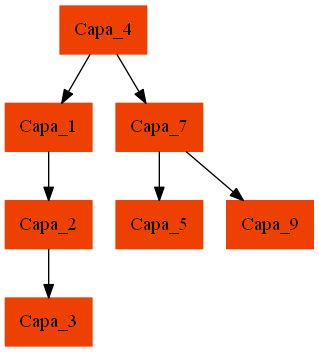
This is [EDD]Proyecto1_201603127/ABB.png from Cascarus/-EDD-Proyecto1_201603127, a Graphviz export, as it was before one commit. Its source is kept beside it as [EDD]Proyecto1_201603127/ABB.dot.
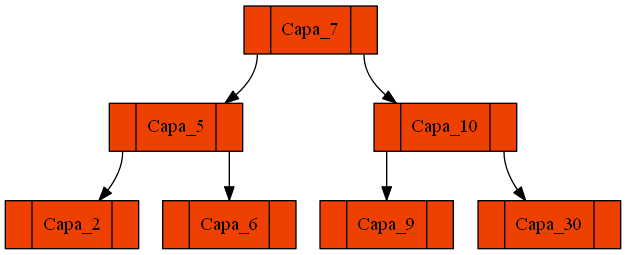
Above is the later version.

Change to the diagram source:
```diff
@@ -1,23 +1,23 @@
 digraph g{
-	node [shape=record,width=.9,height=.5,style=filled,color=orangered2];
-	Node4->Node1;
-	Node4->Node7;
-	Node1->Node2;
-	Node2->Node3;
+	node [shape=record,width=.9,height=.5,style=filled,fillcolor=orangered2];
+	Node7:C0->Node5;
+	Node7:C1->Node10;
+	Node5:C0->Node2;
+	Node5:C1->Node6;
 
- 	Node3[label = "Capa_3"]
+ 	Node2[label = "<C0>|Capa_2|<C1>"]
 
- 	Node2[label = "Capa_2"]
+ 	Node6[label = "<C0>|Capa_6|<C1>"]
 
- 	Node1[label = "Capa_1"]
-	Node7->Node5;
-	Node7->Node9;
+ 	Node5[label = "<C0>|Capa_5|<C1>"]
+	Node10:C0->Node9;
+	Node10:C1->Node30;
 
- 	Node5[label = "Capa_5"]
+ 	Node9[label = "<C0>|Capa_9|<C1>"]
 
- 	Node9[label = "Capa_9"]
+ 	Node30[label = "<C0>|Capa_30|<C1>"]
 
- 	Node7[label = "Capa_7"]
+ 	Node10[label = "<C0>|Capa_10|<C1>"]
 
- 	Node4[label = "Capa_4"]
+ 	Node7[label = "<C0>|Capa_7|<C1>"]
 }
```
